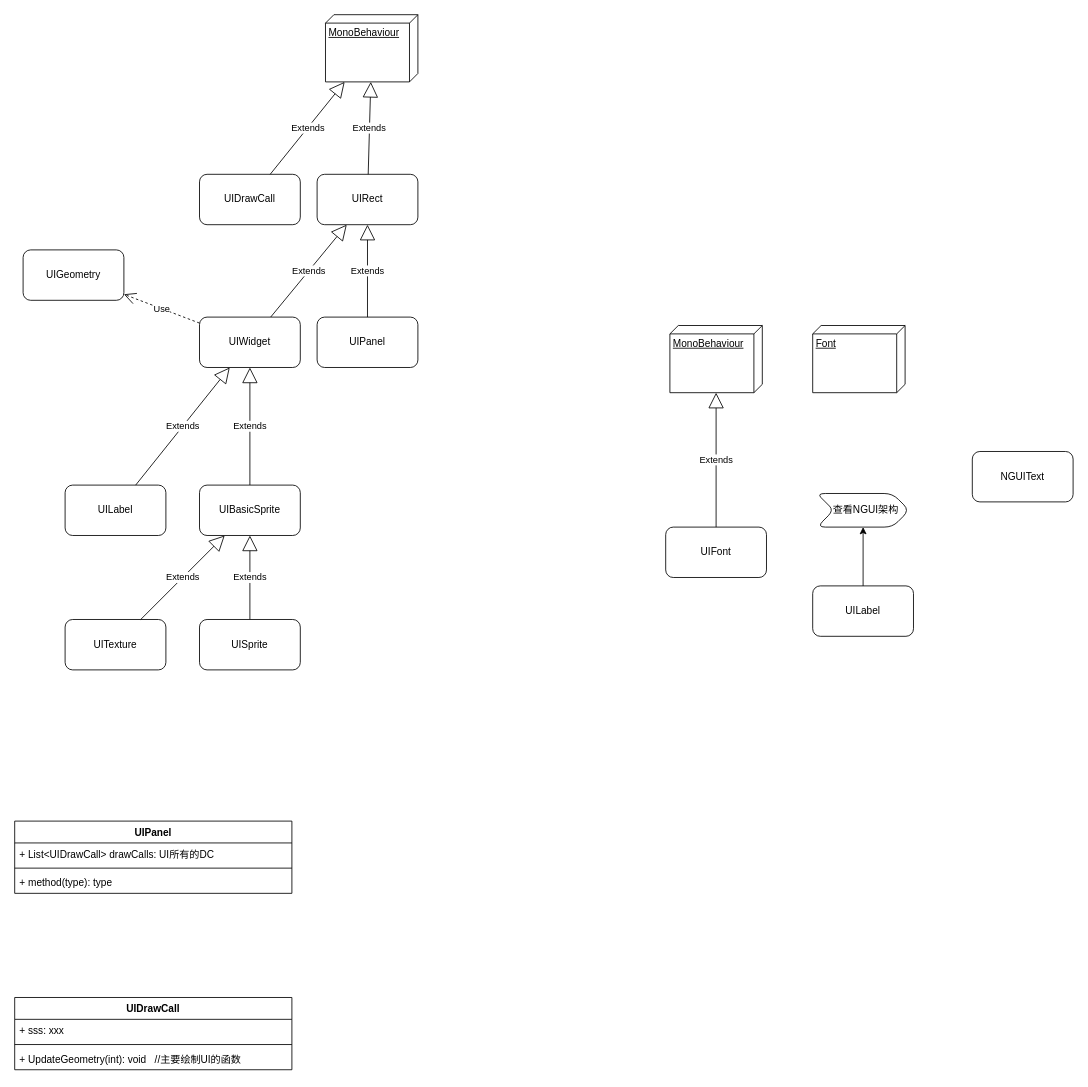
gatzai/DrawioStorage keeps this draw.io diagram as NGUI.drawio. Above is the earlier version. Source tidied: cells renumbered, new cells numbered last; positions are measured from the earlier drawing's top-left corner, leaving out a move shared by most shapes. Both pictures are drawn from the tidied source at 84%, with x=0, y=0 at pixel (14, 14).
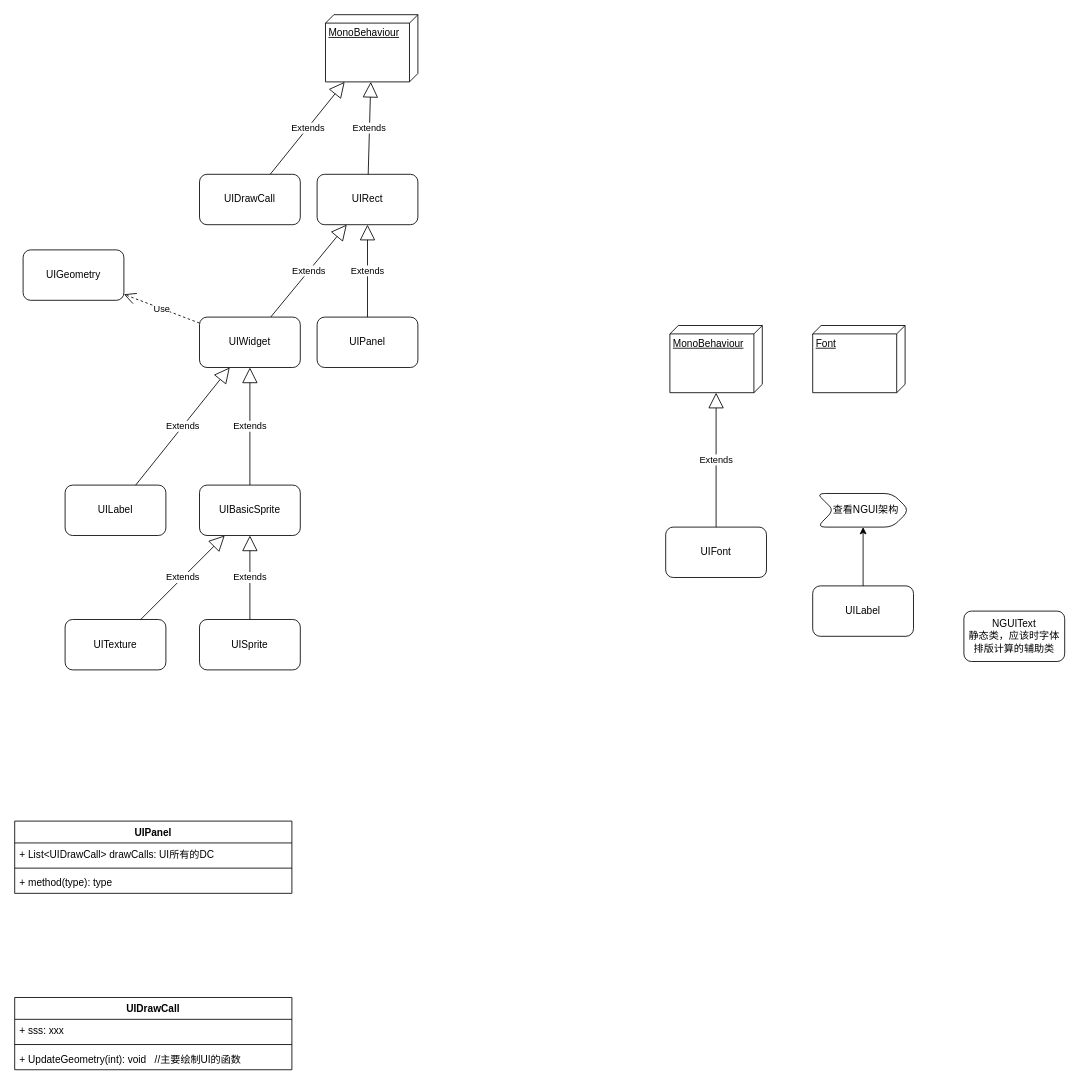
After the change.

Diff of the diagram source:
```diff
@@
-    <mxCell id="33" value="NGUIText" style="rounded=1;whiteSpace=wrap;html=1;" parent="1" vertex="1">
-      <mxGeometry x="1140" y="520" width="120" height="60" as="geometry" />
+    <mxCell id="33" value="NGUIText&lt;br&gt;静态类，应该时字体排版计算的辅助类" style="rounded=1;whiteSpace=wrap;html=1;" parent="1" vertex="1">
+      <mxGeometry x="1130" y="710" width="120" height="60" as="geometry" />
     </mxCell>
```
